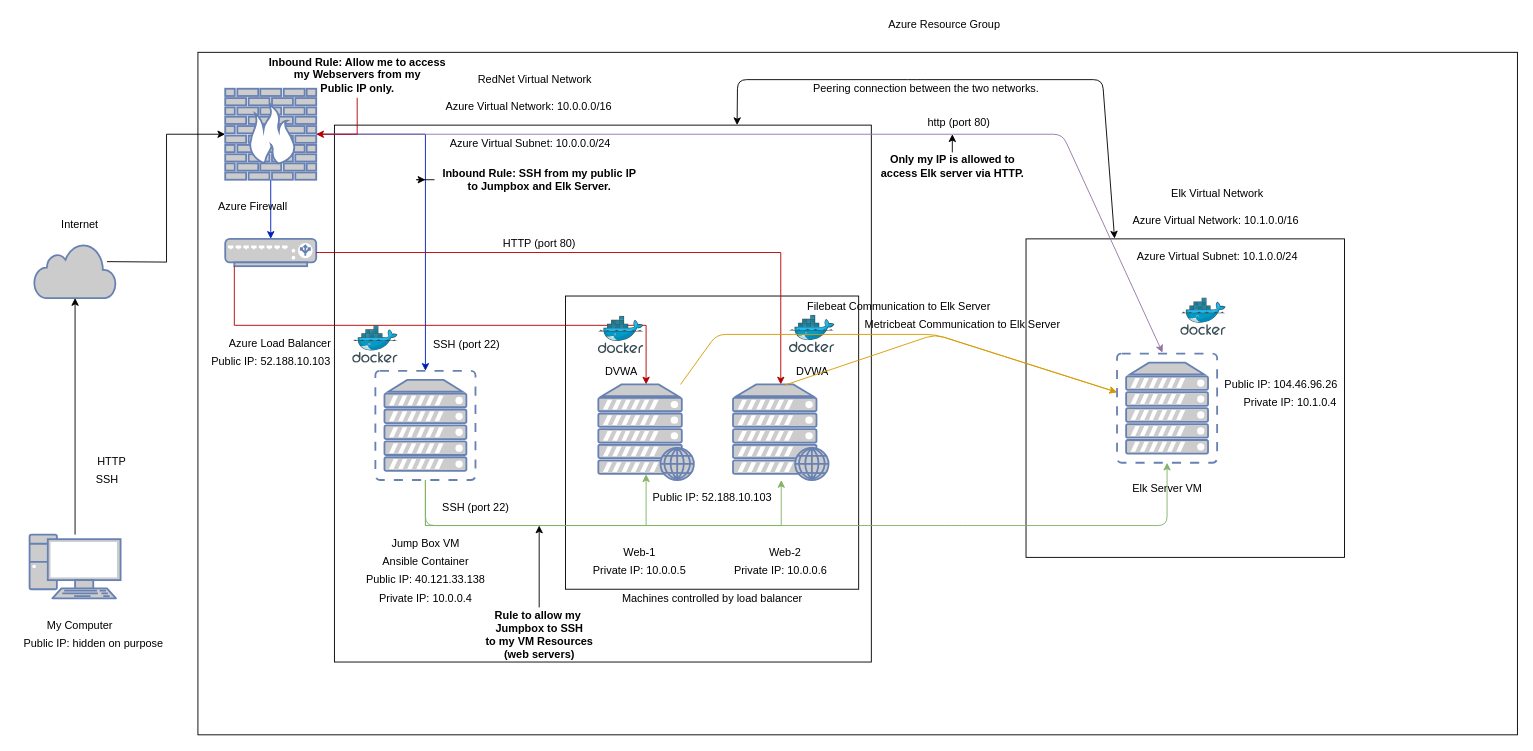
flakeinator/azure-cloud-siem keeps this draw.io diagram as Diagrams/Azure Network Diagram for Elk Server.drawio. Above is the earlier version. Source tidied: cells renumbered, new cells numbered last; positions are measured from the earlier drawing's top-left corner, leaving out a move shared by most shapes. Both pictures are drawn from the tidied source at 91%, with x=0, y=0 at pixel (15, 15).
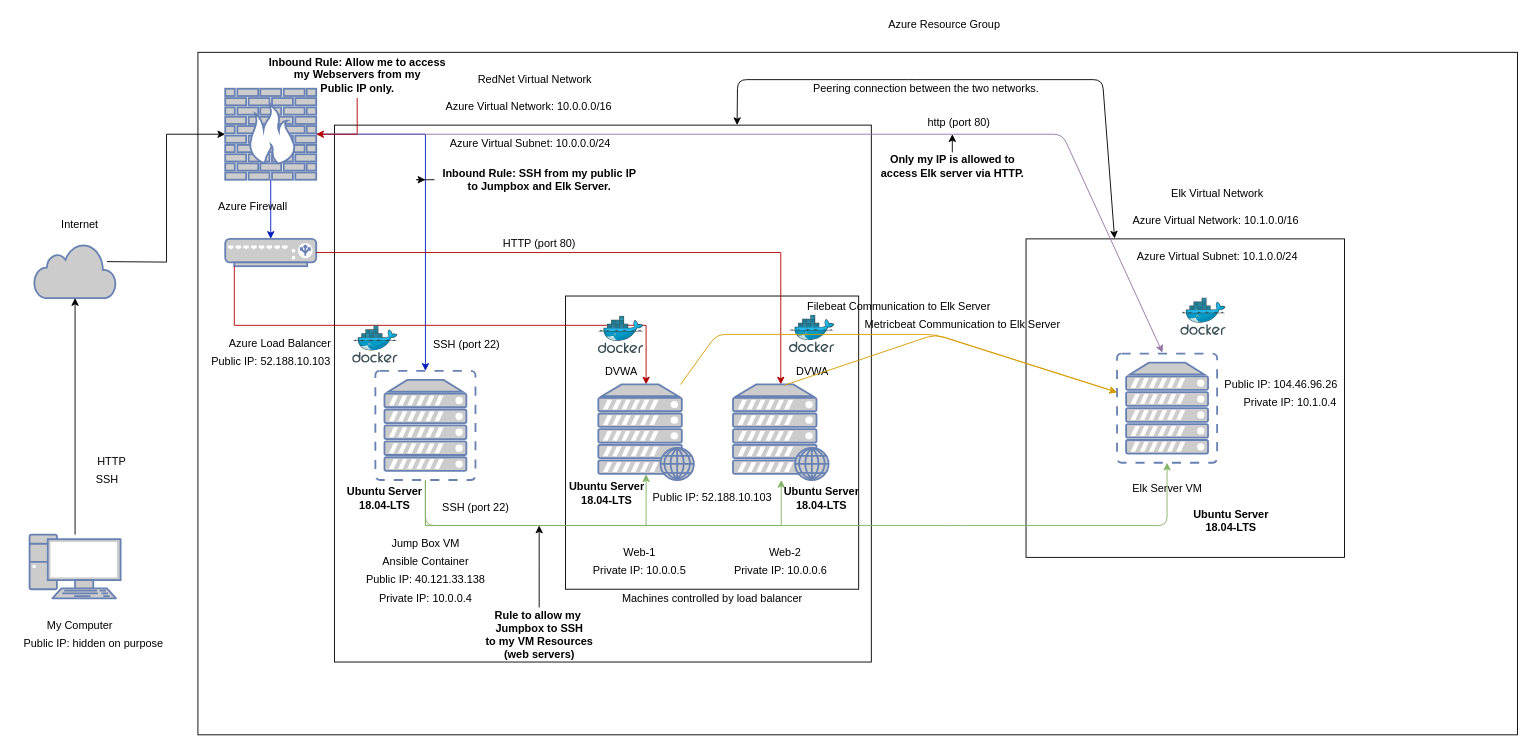
After the change.

Change to the diagram source:
```diff
@@
+    <mxCell id="76" value="Ubuntu Server&lt;br&gt;18.04-LTS" style="text;html=1;align=center;verticalAlign=middle;fillColor=none;strokeColor=none;rounded=0;fontStyle=1;" parent="1" vertex="1">
+      <mxGeometry x="355" y="515" width="100" height="30" as="geometry" />
+    </mxCell>
+    <mxCell id="77" value="Ubuntu Server&lt;br&gt;18.04-LTS" style="text;html=1;align=center;verticalAlign=middle;fillColor=none;strokeColor=none;rounded=0;fontStyle=1;" parent="1" vertex="1">
+      <mxGeometry x="598.9" y="510" width="100" height="30" as="geometry" />
+    </mxCell>
+    <mxCell id="78" value="Ubuntu Server&lt;br&gt;18.04-LTS" style="text;html=1;align=center;verticalAlign=middle;fillColor=none;strokeColor=none;rounded=0;fontStyle=1;" parent="1" vertex="1">
+      <mxGeometry x="835" y="515" width="100" height="30" as="geometry" />
+    </mxCell>
+    <mxCell id="79" value="Ubuntu Server&lt;br&gt;18.04-LTS" style="text;html=1;align=center;verticalAlign=middle;fillColor=none;strokeColor=none;rounded=0;fontStyle=1;" parent="1" vertex="1">
+      <mxGeometry x="1285" y="540" width="100" height="30" as="geometry" />
+    </mxCell>
```
